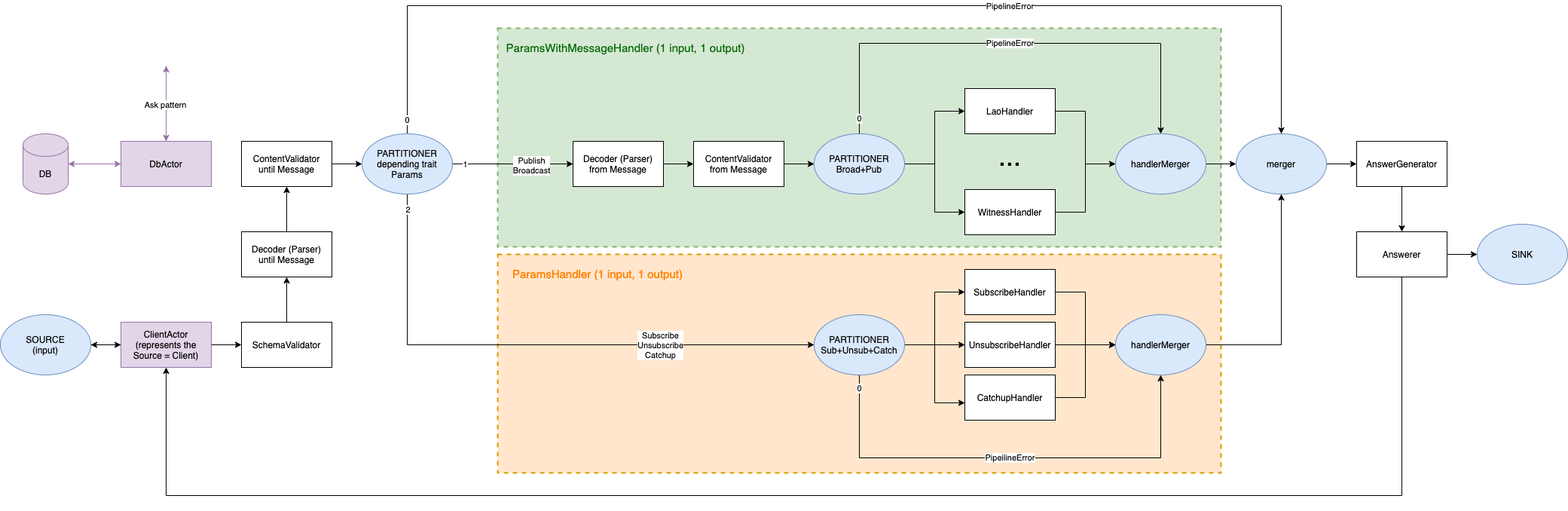
Before: be2-scala/docs/images/be2-graph.png, a diagram exported from draw.io (dedis/popstellar). Source tidied: cells renumbered, new cells last; positions are measured from the earlier drawing's top-left corner, leaving out a move shared by most shapes.
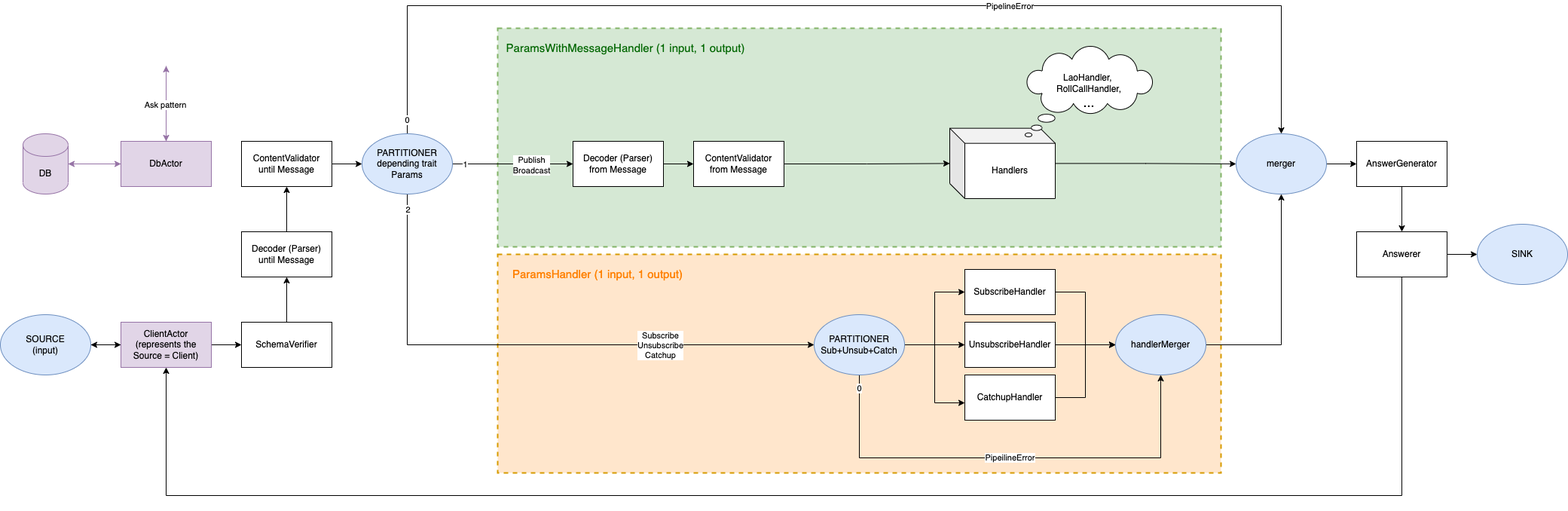
After the change.

Diff of the diagram source:
```diff
@@ -23,10 +23,16 @@
     <mxCell id="8" value="&lt;font style=&quot;font-size: 15px&quot; color=&quot;#006600&quot;&gt;ParamsWithMessageHandler (1 input, 1 output)&lt;/font&gt;" style="text;html=1;strokeColor=none;fillColor=none;align=center;verticalAlign=middle;whiteSpace=wrap;rounded=0;shadow=0;glass=0;dashed=1;sketch=0;" parent="6" vertex="1">
       <mxGeometry y="1" width="340" height="49" as="geometry" />
     </mxCell>
+    <mxCell id="77" value="Handlers" style="shape=cube;whiteSpace=wrap;html=1;boundedLbl=1;backgroundOutline=1;darkOpacity=0.05;darkOpacity2=0.1;" parent="6" vertex="1">
+      <mxGeometry x="600" y="132.7" width="140" height="93.3" as="geometry" />
+    </mxCell>
+    <mxCell id="78" value="LaoHandler,&amp;nbsp;&lt;br&gt;RollCallHandler,&lt;br&gt;&lt;font style=&quot;font-size: 18px&quot;&gt;...&lt;/font&gt;" style="whiteSpace=wrap;html=1;shape=mxgraph.basic.cloud_callout;" parent="6" vertex="1">
+      <mxGeometry x="700" y="24" width="170" height="120" as="geometry" />
+    </mxCell>
     <mxCell id="9" style="edgeStyle=orthogonalEdgeStyle;rounded=0;jettySize=auto;html=1;exitX=0.5;exitY=0;exitDx=0;exitDy=0;entryX=0.5;entryY=1;entryDx=0;entryDy=0;" parent="1" edge="1" source="10" target="12">
       <mxGeometry relative="1" as="geometry" />
     </mxCell>
-    <mxCell id="10" value="SchemaValidator" style="rounded=0;whiteSpace=wrap;html=1;" parent="1" vertex="1">
+    <mxCell id="10" value="SchemaVerifier" style="rounded=0;whiteSpace=wrap;html=1;" parent="1" vertex="1">
       <mxGeometry x="320" y="420" width="120" height="60" as="geometry" />
     </mxCell>
     <mxCell id="11" style="edgeStyle=orthogonalEdgeStyle;rounded=0;jettySize=auto;html=1;exitX=0.5;exitY=0;exitDx=0;exitDy=0;entryX=0.5;entryY=1;entryDx=0;entryDy=0;" parent="1" edge="1" source="12" target="14">
@@ -41,56 +47,11 @@
     <mxCell id="14" value="ContentValidator&lt;br&gt;until Message" style="rounded=0;whiteSpace=wrap;html=1;" parent="1" vertex="1">
       <mxGeometry x="320" y="180" width="120" height="60" as="geometry" />
     </mxCell>
-    <mxCell id="15" style="edgeStyle=orthogonalEdgeStyle;rounded=0;jettySize=auto;html=1;entryX=0;entryY=0.5;entryDx=0;entryDy=0;" parent="1" edge="1" source="19" target="23">
-      <mxGeometry relative="1" as="geometry" />
-    </mxCell>
-    <mxCell id="16" style="edgeStyle=orthogonalEdgeStyle;rounded=0;jettySize=auto;html=1;entryX=0;entryY=0.5;entryDx=0;entryDy=0;" parent="1" edge="1" source="19" target="21">
-      <mxGeometry relative="1" as="geometry" />
-    </mxCell>
-    <mxCell id="17" value="PipelineError" style="edgeStyle=orthogonalEdgeStyle;rounded=0;jettySize=auto;html=1;entryX=0.5;entryY=0;entryDx=0;entryDy=0;" parent="1" edge="1" source="19" target="58">
-      <mxGeometry relative="1" as="geometry">
-        <Array as="points">
-          <mxPoint x="1140" y="50" />
-          <mxPoint x="1540" y="50" />
-        </Array>
-      </mxGeometry>
-    </mxCell>
-    <mxCell id="18" value="0" style="edgeLabel;html=1;align=center;verticalAlign=middle;" parent="17" vertex="1">
-      <mxGeometry x="-0.94" y="-1" relative="1" as="geometry">
-        <mxPoint x="-2" y="-3" as="offset" />
-      </mxGeometry>
-    </mxCell>
-    <mxCell id="19" value="PARTITIONER&lt;br&gt;Broad+Pub" style="ellipse;whiteSpace=wrap;html=1;fillColor=#dae8fc;strokeColor=#6c8ebf;" parent="1" vertex="1">
-      <mxGeometry x="1080" y="170" width="120" height="80" as="geometry" />
-    </mxCell>
-    <mxCell id="20" style="edgeStyle=orthogonalEdgeStyle;rounded=0;jettySize=auto;html=1;exitX=1;exitY=0.5;exitDx=0;exitDy=0;entryX=0;entryY=0.5;entryDx=0;entryDy=0;" parent="1" edge="1" source="21" target="58">
-      <mxGeometry relative="1" as="geometry">
-        <Array as="points">
-          <mxPoint x="1440" y="140" />
-          <mxPoint x="1440" y="210" />
-        </Array>
-      </mxGeometry>
-    </mxCell>
-    <mxCell id="21" value="LaoHandler" style="rounded=0;whiteSpace=wrap;html=1;" parent="1" vertex="1">
-      <mxGeometry x="1280" y="110" width="120" height="60" as="geometry" />
-    </mxCell>
-    <mxCell id="22" style="edgeStyle=orthogonalEdgeStyle;rounded=0;jettySize=auto;html=1;entryX=0;entryY=0.5;entryDx=0;entryDy=0;" parent="1" edge="1" source="23" target="58">
-      <mxGeometry relative="1" as="geometry">
-        <Array as="points">
-          <mxPoint x="1440" y="274" />
-          <mxPoint x="1440" y="210" />
-          <mxPoint x="1530" y="210" />
-        </Array>
-      </mxGeometry>
-    </mxCell>
-    <mxCell id="23" value="WitnessHandler" style="rounded=0;whiteSpace=wrap;html=1;" parent="1" vertex="1">
-      <mxGeometry x="1280" y="244" width="120" height="60" as="geometry" />
-    </mxCell>
-    <mxCell id="24" value="&lt;font style=&quot;font-size: 36px&quot;&gt;...&lt;/font&gt;" style="text;html=1;strokeColor=none;fillColor=none;align=center;verticalAlign=middle;whiteSpace=wrap;rounded=0;" parent="1" vertex="1">
-      <mxGeometry x="1320" y="190" width="40" height="20" as="geometry" />
-    </mxCell>
-    <mxCell id="25" style="edgeStyle=orthogonalEdgeStyle;rounded=0;orthogonalLoop=1;jettySize=auto;html=1;exitX=0.5;exitY=1;exitDx=0;exitDy=0;" parent="1" edge="1" source="24" target="24">
-      <mxGeometry relative="1" as="geometry" />
+    <mxCell id="25" style="edgeStyle=orthogonalEdgeStyle;rounded=0;orthogonalLoop=1;jettySize=auto;html=1;exitX=0.5;exitY=1;exitDx=0;exitDy=0;" parent="1" edge="1">
+      <mxGeometry relative="1" as="geometry">
+        <mxPoint x="1340" y="210" as="sourcePoint" />
+        <mxPoint x="1340" y="210" as="targetPoint" />
+      </mxGeometry>
     </mxCell>
     <mxCell id="26" style="edgeStyle=orthogonalEdgeStyle;rounded=0;jettySize=auto;html=1;entryX=0;entryY=0.5;entryDx=0;entryDy=0;" parent="1" edge="1" source="27" target="38">
       <mxGeometry relative="1" as="geometry" />
@@ -209,18 +170,12 @@
     <mxCell id="54" value="Decoder (Parser)&lt;br&gt;from Message" style="rounded=0;whiteSpace=wrap;html=1;" parent="1" vertex="1">
       <mxGeometry x="760" y="180" width="120" height="60" as="geometry" />
     </mxCell>
-    <mxCell id="55" style="edgeStyle=orthogonalEdgeStyle;rounded=0;jettySize=auto;html=1;entryX=0;entryY=0.5;entryDx=0;entryDy=0;" parent="1" edge="1" source="56" target="19">
-      <mxGeometry relative="1" as="geometry" />
-    </mxCell>
+    <mxCell id="79" style="edgeStyle=orthogonalEdgeStyle;rounded=0;jettySize=auto;html=1;" parent="1" edge="1" source="56" target="77">
+      <mxGeometry relative="1" as="geometry" />
+    </mxCell>
     <mxCell id="56" value="ContentValidator&lt;br&gt;from Message" style="rounded=0;whiteSpace=wrap;html=1;" parent="1" vertex="1">
       <mxGeometry x="920" y="180" width="120" height="60" as="geometry" />
     </mxCell>
-    <mxCell id="57" style="edgeStyle=orthogonalEdgeStyle;rounded=0;jettySize=auto;html=1;entryX=0;entryY=0.5;entryDx=0;entryDy=0;" parent="1" edge="1" source="58" target="27">
-      <mxGeometry relative="1" as="geometry" />
-    </mxCell>
-    <mxCell id="58" value="handlerMerger" style="ellipse;whiteSpace=wrap;html=1;fillColor=#dae8fc;strokeColor=#6c8ebf;" parent="1" vertex="1">
-      <mxGeometry x="1480" y="170" width="120" height="80" as="geometry" />
-    </mxCell>
     <mxCell id="59" style="edgeStyle=orthogonalEdgeStyle;rounded=0;jettySize=auto;html=1;exitX=1;exitY=0.5;exitDx=0;exitDy=0;entryX=0;entryY=0.5;entryDx=0;entryDy=0;" parent="1" edge="1" source="61" target="10">
       <mxGeometry relative="1" as="geometry" />
     </mxCell>
@@ -287,5 +242,8 @@
     <mxCell id="76" style="edgeStyle=orthogonalEdgeStyle;rounded=0;jettySize=auto;html=1;entryX=0;entryY=0.5;entryDx=0;entryDy=0;" parent="1" edge="1" source="5" target="70">
       <mxGeometry relative="1" as="geometry" />
     </mxCell>
+    <mxCell id="80" style="edgeStyle=orthogonalEdgeStyle;rounded=0;jettySize=auto;html=1;entryX=0;entryY=0.5;entryDx=0;entryDy=0;" parent="1" edge="1" source="77" target="27">
+      <mxGeometry relative="1" as="geometry" />
+    </mxCell>
   </root>
 </mxGraphModel>
```
